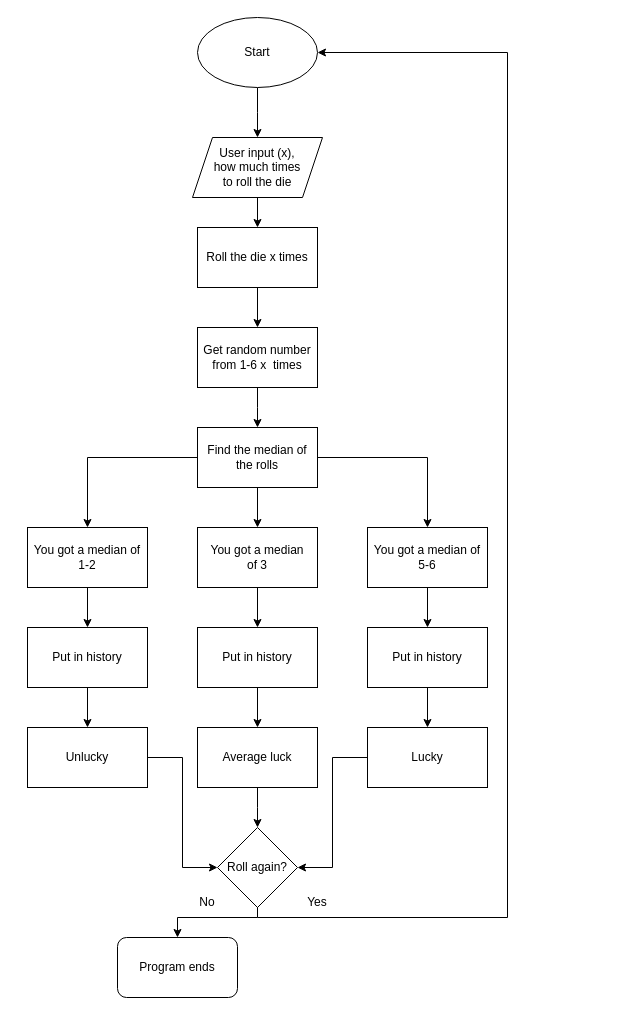
The draw.io diagram Untitled Diagram.drawio in staten-island-tech/create-task-AngelaW45, before the edit. Source tidied: cells renumbered, new cells numbered last; positions are measured from the earlier drawing's top-left corner, leaving out a move shared by most shapes. Both pictures are drawn from the tidied source at 100%, with x=0, y=0 at pixel (27, 17).
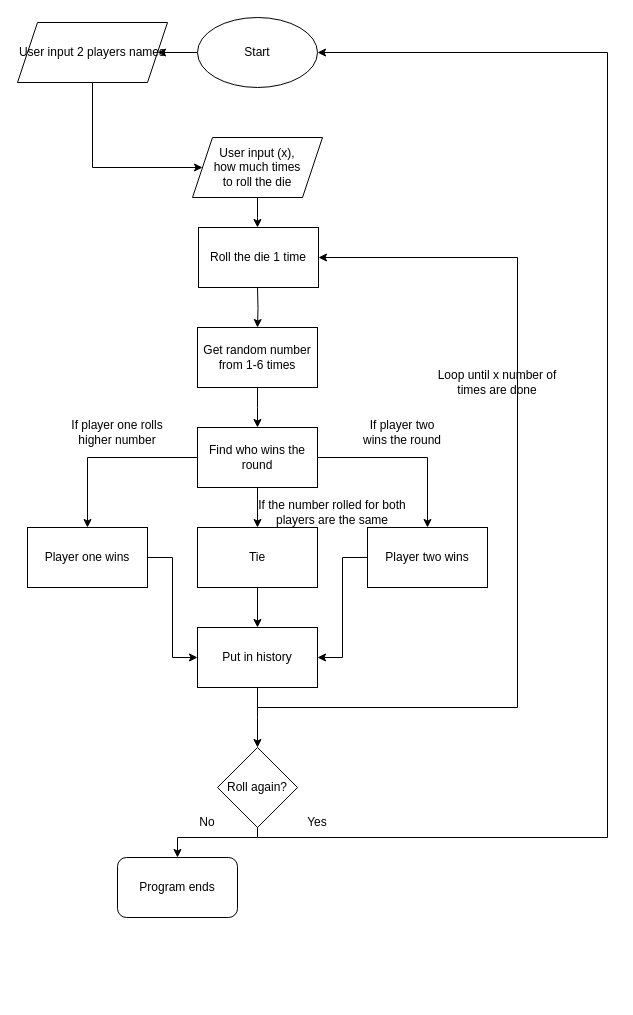
The same page after the edit.

The change refers to these unchanged cells:
```xml
<mxCell id="3" value="Start" style="ellipse;whiteSpace=wrap;html=1;" parent="1" vertex="1">
  <mxGeometry x="170" width="120" height="70" as="geometry" />
</mxCell>
<mxCell id="8" value="&lt;div&gt;User input (x),&lt;/div&gt;&lt;div&gt;how much times&lt;/div&gt;&lt;div&gt;to roll the die&lt;/div&gt;" style="shape=parallelogram;perimeter=parallelogramPerimeter;whiteSpace=wrap;html=1;fixedSize=1;rounded=0;" parent="1" vertex="1">
  <mxGeometry x="165" y="120" width="130" height="60" as="geometry" />
</mxCell>
<mxCell id="16" value="Put in history" style="whiteSpace=wrap;html=1;rounded=0;" parent="1" vertex="1">
  <mxGeometry x="170" y="610" width="120" height="60" as="geometry" />
</mxCell>
```

Diff of the diagram source:
```diff
@@
-    <mxCell id="2" style="edgeStyle=orthogonalEdgeStyle;rounded=0;jettySize=auto;html=1;" parent="1" edge="1" source="3">
-      <mxGeometry relative="1" as="geometry">
-        <mxPoint x="230" y="120" as="targetPoint" />
-      </mxGeometry>
-    </mxCell>
+    <mxCell id="39" style="edgeStyle=orthogonalEdgeStyle;rounded=0;jettySize=auto;html=1;entryX=1;entryY=0.5;entryDx=0;entryDy=0;" parent="1" edge="1" source="3" target="43">
+      <mxGeometry relative="1" as="geometry" />
+    </mxCell>
@@
-    <mxCell id="5" style="edgeStyle=orthogonalEdgeStyle;rounded=0;jettySize=auto;html=1;" parent="1" edge="1" source="6" target="34">
-      <mxGeometry relative="1" as="geometry" />
+    <mxCell id="5" style="edgeStyle=orthogonalEdgeStyle;rounded=0;jettySize=auto;html=1;" parent="1" edge="1" target="34">
+      <mxGeometry relative="1" as="geometry">
+        <mxPoint x="230" y="270" as="sourcePoint" />
+      </mxGeometry>
     </mxCell>
-    <mxCell id="6" value="&lt;div&gt;Roll the die x times&lt;br&gt;&lt;/div&gt;" style="rounded=0;whiteSpace=wrap;html=1;" parent="1" vertex="1">
-      <mxGeometry x="170" y="210" width="120" height="60" as="geometry" />
-    </mxCell>
-    <mxCell id="7" style="edgeStyle=orthogonalEdgeStyle;rounded=0;jettySize=auto;html=1;entryX=0.5;entryY=0;entryDx=0;entryDy=0;" parent="1" edge="1" source="8" target="6">
-      <mxGeometry relative="1" as="geometry" />
+    <mxCell id="7" style="edgeStyle=orthogonalEdgeStyle;rounded=0;jettySize=auto;html=1;entryX=0.5;entryY=0;entryDx=0;entryDy=0;" parent="1" edge="1" source="8">
+      <mxGeometry relative="1" as="geometry">
+        <mxPoint x="230" y="210" as="targetPoint" />
+      </mxGeometry>
     </mxCell>
@@
-    <mxCell id="10" value="&lt;div&gt;You got a median&lt;/div&gt;&lt;div&gt;of 3 &lt;br&gt;&lt;/div&gt;" style="rounded=0;whiteSpace=wrap;html=1;" parent="1" vertex="1">
+    <mxCell id="10" value="Tie" style="rounded=0;whiteSpace=wrap;html=1;" parent="1" vertex="1">
       <mxGeometry x="170" y="510" width="120" height="60" as="geometry" />
     </mxCell>
-    <mxCell id="11" style="edgeStyle=orthogonalEdgeStyle;rounded=0;jettySize=auto;html=1;" parent="1" edge="1" source="12" target="22">
+    <mxCell id="11" style="edgeStyle=orthogonalEdgeStyle;rounded=0;jettySize=auto;html=1;entryX=1;entryY=0.5;entryDx=0;entryDy=0;" parent="1" edge="1" source="12" target="16">
       <mxGeometry relative="1" as="geometry" />
     </mxCell>
-    <mxCell id="12" value="&lt;div&gt;You got a median of 5-6&lt;br&gt;&lt;/div&gt;" style="whiteSpace=wrap;html=1;rounded=0;" parent="1" vertex="1">
+    <mxCell id="12" value="Player two wins" style="whiteSpace=wrap;html=1;rounded=0;" parent="1" vertex="1">
       <mxGeometry x="340" y="510" width="120" height="60" as="geometry" />
     </mxCell>
-    <mxCell id="13" style="edgeStyle=orthogonalEdgeStyle;rounded=0;jettySize=auto;html=1;" parent="1" edge="1" source="14" target="18">
+    <mxCell id="13" style="edgeStyle=orthogonalEdgeStyle;rounded=0;jettySize=auto;html=1;entryX=0;entryY=0.5;entryDx=0;entryDy=0;" parent="1" edge="1" source="14" target="16">
       <mxGeometry relative="1" as="geometry" />
     </mxCell>
-    <mxCell id="14" value="&lt;div&gt;You got a median of 1-2&lt;br&gt;&lt;/div&gt;" style="whiteSpace=wrap;html=1;rounded=0;" parent="1" vertex="1">
+    <mxCell id="14" value="Player one wins" style="whiteSpace=wrap;html=1;rounded=0;" parent="1" vertex="1">
       <mxGeometry y="510" width="120" height="60" as="geometry" />
     </mxCell>
-    <mxCell id="15" style="edgeStyle=orthogonalEdgeStyle;rounded=0;jettySize=auto;html=1;" parent="1" edge="1" source="16" target="20">
-      <mxGeometry relative="1" as="geometry" />
-    </mxCell>
+    <mxCell id="40" style="edgeStyle=orthogonalEdgeStyle;rounded=0;jettySize=auto;html=1;entryX=1;entryY=0.5;entryDx=0;entryDy=0;" parent="1" edge="1" source="16" target="47">
+      <mxGeometry relative="1" as="geometry">
+        <Array as="points">
+          <mxPoint x="230" y="690" />
+          <mxPoint x="490" y="690" />
+          <mxPoint x="490" y="240" />
+        </Array>
+      </mxGeometry>
+    </mxCell>
+    <mxCell id="41" style="edgeStyle=orthogonalEdgeStyle;rounded=0;jettySize=auto;html=1;" parent="1" edge="1" source="16">
+      <mxGeometry relative="1" as="geometry">
+        <mxPoint x="230" y="730" as="targetPoint" />
+      </mxGeometry>
+    </mxCell>
@@
-    <mxCell id="17" style="edgeStyle=orthogonalEdgeStyle;rounded=0;jettySize=auto;html=1;" parent="1" edge="1" source="18" target="24">
-      <mxGeometry relative="1" as="geometry" />
-    </mxCell>
-    <mxCell id="18" value="Put in history" style="whiteSpace=wrap;html=1;rounded=0;" parent="1" vertex="1">
-      <mxGeometry y="610" width="120" height="60" as="geometry" />
-    </mxCell>
-    <mxCell id="19" style="edgeStyle=orthogonalEdgeStyle;rounded=0;jettySize=auto;html=1;" parent="1" edge="1" source="20">
-      <mxGeometry relative="1" as="geometry">
-        <mxPoint x="230" y="810" as="targetPoint" />
-      </mxGeometry>
-    </mxCell>
-    <mxCell id="20" value="Average luck" style="whiteSpace=wrap;html=1;rounded=0;" parent="1" vertex="1">
-      <mxGeometry x="170" y="710" width="120" height="60" as="geometry" />
-    </mxCell>
-    <mxCell id="21" style="edgeStyle=orthogonalEdgeStyle;rounded=0;jettySize=auto;html=1;" parent="1" edge="1" source="22" target="26">
-      <mxGeometry relative="1" as="geometry" />
-    </mxCell>
-    <mxCell id="22" value="Put in history" style="whiteSpace=wrap;html=1;rounded=0;" parent="1" vertex="1">
-      <mxGeometry x="340" y="610" width="120" height="60" as="geometry" />
-    </mxCell>
-    <mxCell id="23" style="edgeStyle=orthogonalEdgeStyle;rounded=0;jettySize=auto;html=1;entryX=0;entryY=0.5;entryDx=0;entryDy=0;" parent="1" edge="1" source="24" target="29">
-      <mxGeometry relative="1" as="geometry" />
-    </mxCell>
-    <mxCell id="24" value="Unlucky" style="whiteSpace=wrap;html=1;rounded=0;" parent="1" vertex="1">
-      <mxGeometry y="710" width="120" height="60" as="geometry" />
-    </mxCell>
-    <mxCell id="25" style="edgeStyle=orthogonalEdgeStyle;rounded=0;jettySize=auto;html=1;entryX=1;entryY=0.5;entryDx=0;entryDy=0;" parent="1" edge="1" source="26" target="29">
-      <mxGeometry relative="1" as="geometry" />
-    </mxCell>
-    <mxCell id="26" value="Lucky" style="whiteSpace=wrap;html=1;rounded=0;" parent="1" vertex="1">
-      <mxGeometry x="340" y="710" width="120" height="60" as="geometry" />
-    </mxCell>
     <mxCell id="27" style="edgeStyle=orthogonalEdgeStyle;rounded=0;orthogonalLoop=1;jettySize=auto;html=1;" parent="1" edge="1">
       <mxGeometry relative="1" as="geometry">
-        <mxPoint x="230" y="870" as="sourcePoint" />
-        <mxPoint x="150" y="920" as="targetPoint" />
+        <mxPoint x="230" y="790" as="sourcePoint" />
+        <mxPoint x="150" y="840" as="targetPoint" />
         <Array as="points">
-          <mxPoint x="230" y="900" />
-          <mxPoint x="150" y="900" />
+          <mxPoint x="230" y="820" />
+          <mxPoint x="150" y="820" />
         </Array>
       </mxGeometry>
     </mxCell>
     <mxCell id="28" style="edgeStyle=orthogonalEdgeStyle;rounded=0;jettySize=auto;html=1;entryX=1;entryY=0.5;entryDx=0;entryDy=0;" parent="1" edge="1" target="3">
       <mxGeometry relative="1" as="geometry">
-        <mxPoint x="230" y="900" as="sourcePoint" />
+        <mxPoint x="230" y="820" as="sourcePoint" />
         <Array as="points">
-          <mxPoint x="480" y="900" />
-          <mxPoint x="480" y="35" />
+          <mxPoint x="230" y="820" />
+          <mxPoint x="580" y="820" />
+          <mxPoint x="580" y="35" />
         </Array>
       </mxGeometry>
     </mxCell>
     <mxCell id="29" value="Roll again?" style="rhombus;whiteSpace=wrap;html=1;rounded=0;" parent="1" vertex="1">
-      <mxGeometry x="190" y="810" width="80" height="80" as="geometry" />
+      <mxGeometry x="190" y="730" width="80" height="80" as="geometry" />
     </mxCell>
     <mxCell id="30" value="Yes" style="text;strokeColor=none;align=center;fillColor=none;html=1;verticalAlign=middle;whiteSpace=wrap;rounded=0;" parent="1" vertex="1">
-      <mxGeometry x="260" y="870" width="60" height="30" as="geometry" />
+      <mxGeometry x="260" y="790" width="60" height="30" as="geometry" />
     </mxCell>
     <mxCell id="31" value="No" style="text;strokeColor=none;align=center;fillColor=none;html=1;verticalAlign=middle;whiteSpace=wrap;rounded=0;" parent="1" vertex="1">
-      <mxGeometry x="150" y="870" width="60" height="30" as="geometry" />
+      <mxGeometry x="150" y="790" width="60" height="30" as="geometry" />
     </mxCell>
     <mxCell id="32" value="Program ends" style="rounded=1;whiteSpace=wrap;html=1;" parent="1" vertex="1">
-      <mxGeometry x="90" y="920" width="120" height="60" as="geometry" />
+      <mxGeometry x="90" y="840" width="120" height="60" as="geometry" />
     </mxCell>
@@
-    <mxCell id="34" value="&lt;div&gt;Get random number&lt;/div&gt;&lt;div&gt;from 1-6 x&amp;nbsp; times&lt;br&gt;&lt;/div&gt;" style="rounded=0;whiteSpace=wrap;html=1;" parent="1" vertex="1">
+    <mxCell id="34" value="&lt;div&gt;Get random number&lt;/div&gt;&lt;div&gt;from 1-6 times&lt;br&gt;&lt;/div&gt;" style="rounded=0;whiteSpace=wrap;html=1;" parent="1" vertex="1">
       <mxGeometry x="170" y="310" width="120" height="60" as="geometry" />
     </mxCell>
@@
-    <mxCell id="38" value="Find the median of the rolls" style="rounded=0;whiteSpace=wrap;html=1;" parent="1" vertex="1">
+    <mxCell id="38" value="Find who wins the round" style="rounded=0;whiteSpace=wrap;html=1;" parent="1" vertex="1">
       <mxGeometry x="170" y="410" width="120" height="60" as="geometry" />
     </mxCell>
+    <mxCell id="42" style="edgeStyle=orthogonalEdgeStyle;rounded=0;jettySize=auto;html=1;entryX=0;entryY=0.5;entryDx=0;entryDy=0;" parent="1" edge="1" source="43" target="8">
+      <mxGeometry relative="1" as="geometry">
+        <Array as="points">
+          <mxPoint x="65" y="150" />
+        </Array>
+      </mxGeometry>
+    </mxCell>
+    <mxCell id="43" value="User input 2 players names" style="shape=parallelogram;perimeter=parallelogramPerimeter;whiteSpace=wrap;html=1;fixedSize=1;" parent="1" vertex="1">
+      <mxGeometry x="-10" y="5" width="150" height="60" as="geometry" />
+    </mxCell>
+    <mxCell id="44" value="If player one rolls higher number" style="text;strokeColor=none;align=center;fillColor=none;html=1;verticalAlign=middle;whiteSpace=wrap;rounded=0;" parent="1" vertex="1">
+      <mxGeometry x="40" y="400" width="100" height="30" as="geometry" />
+    </mxCell>
+    <mxCell id="45" value="If player two wins the round" style="text;strokeColor=none;align=center;fillColor=none;html=1;verticalAlign=middle;whiteSpace=wrap;rounded=0;" parent="1" vertex="1">
+      <mxGeometry x="330" y="400" width="90" height="30" as="geometry" />
+    </mxCell>
+    <mxCell id="46" value="If the number rolled for both players are the same" style="text;strokeColor=none;align=center;fillColor=none;html=1;verticalAlign=middle;whiteSpace=wrap;rounded=0;" parent="1" vertex="1">
+      <mxGeometry x="230" y="480" width="150" height="30" as="geometry" />
+    </mxCell>
+    <mxCell id="47" value="Roll the die 1 time" style="rounded=0;whiteSpace=wrap;html=1;" parent="1" vertex="1">
+      <mxGeometry x="171" y="210" width="120" height="60" as="geometry" />
+    </mxCell>
+    <mxCell id="48" value="Loop until x number of times are done" style="text;strokeColor=none;align=center;fillColor=none;html=1;verticalAlign=middle;whiteSpace=wrap;rounded=0;" parent="1" vertex="1">
+      <mxGeometry x="400" y="350" width="140" height="30" as="geometry" />
+    </mxCell>
```
